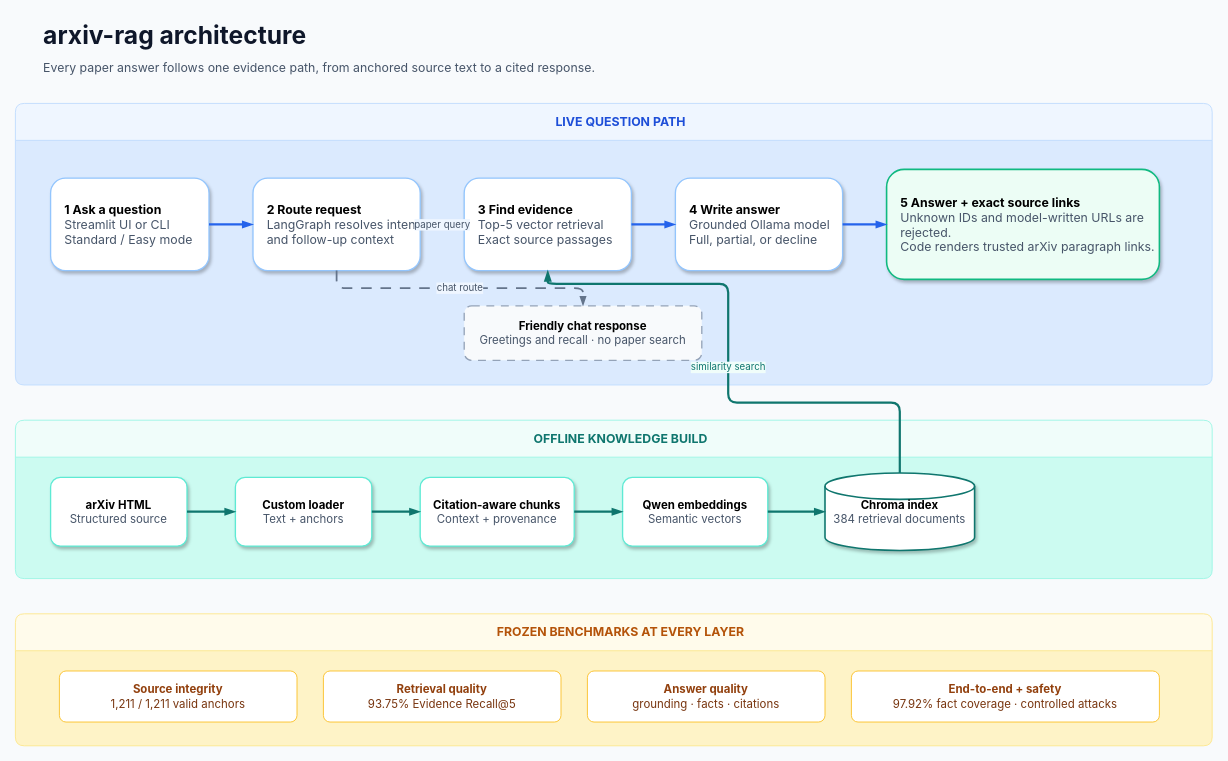
The draw.io diagram assets/architecture.drawio in vermaankit2005/arxiv-rag, before the edit. Source tidied: cells renumbered, new cells numbered last; positions are measured from the earlier drawing's top-left corner, leaving out a move shared by most shapes. Both pictures are drawn from the tidied source at 88%, with x=0, y=0 at pixel (15, 15).
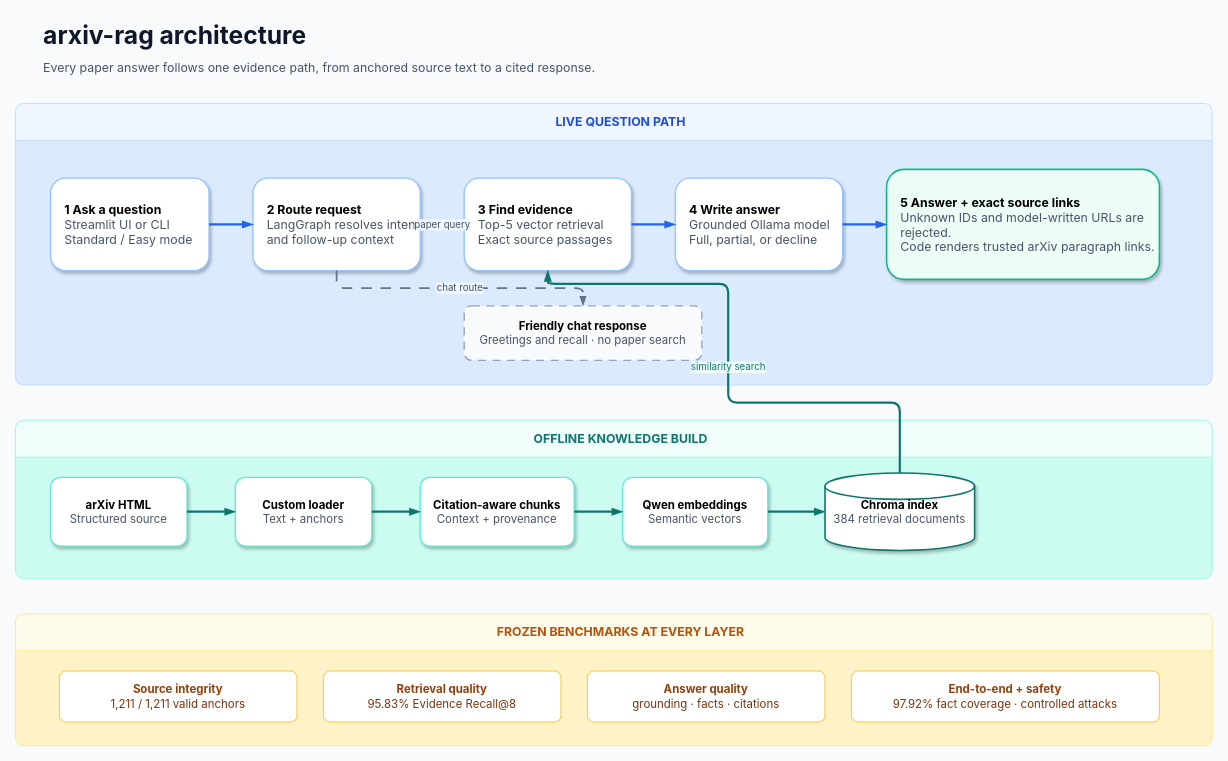
The same page after the edit.

Unchanged cells that the change refers to:
```xml
<mxCell id="27" value="FROZEN BENCHMARKS AT EVERY LAYER" style="swimlane;startSize=42;rounded=1;arcSize=8;horizontal=1;whiteSpace=wrap;html=1;fillColor=#fffbeb;swimlaneFillColor=#fef3c7;strokeColor=#fde68a;fontColor=#b45309;fontFamily=Inter;fontSize=14;fontStyle=1;spacingLeft=16;" parent="1" vertex="1">
  <mxGeometry y="680" width="1360" height="150" as="geometry" />
</mxCell>
```

What changed in the source:
```diff
@@
-    <mxCell id="29" value="&lt;b&gt;Retrieval quality&lt;/b&gt;&lt;br&gt;&lt;font color=&quot;#78350f&quot;&gt;93.75% Evidence Recall@5&lt;/font&gt;" style="rounded=1;arcSize=13;whiteSpace=wrap;html=1;fillColor=#ffffff;strokeColor=#fbbf24;fontColor=#92400e;fontFamily=Inter;fontSize=13;" parent="27" vertex="1">
+    <mxCell id="29" value="&lt;b&gt;Retrieval quality&lt;/b&gt;&lt;br&gt;&lt;font color=&quot;#78350f&quot;&gt;95.83% Evidence Recall@8&lt;/font&gt;" style="rounded=1;arcSize=13;whiteSpace=wrap;html=1;fillColor=#ffffff;strokeColor=#fbbf24;fontColor=#92400e;fontFamily=Inter;fontSize=13;" parent="27" vertex="1">
       <mxGeometry x="350" y="65" width="270" height="58" as="geometry" />
     </mxCell>
```
